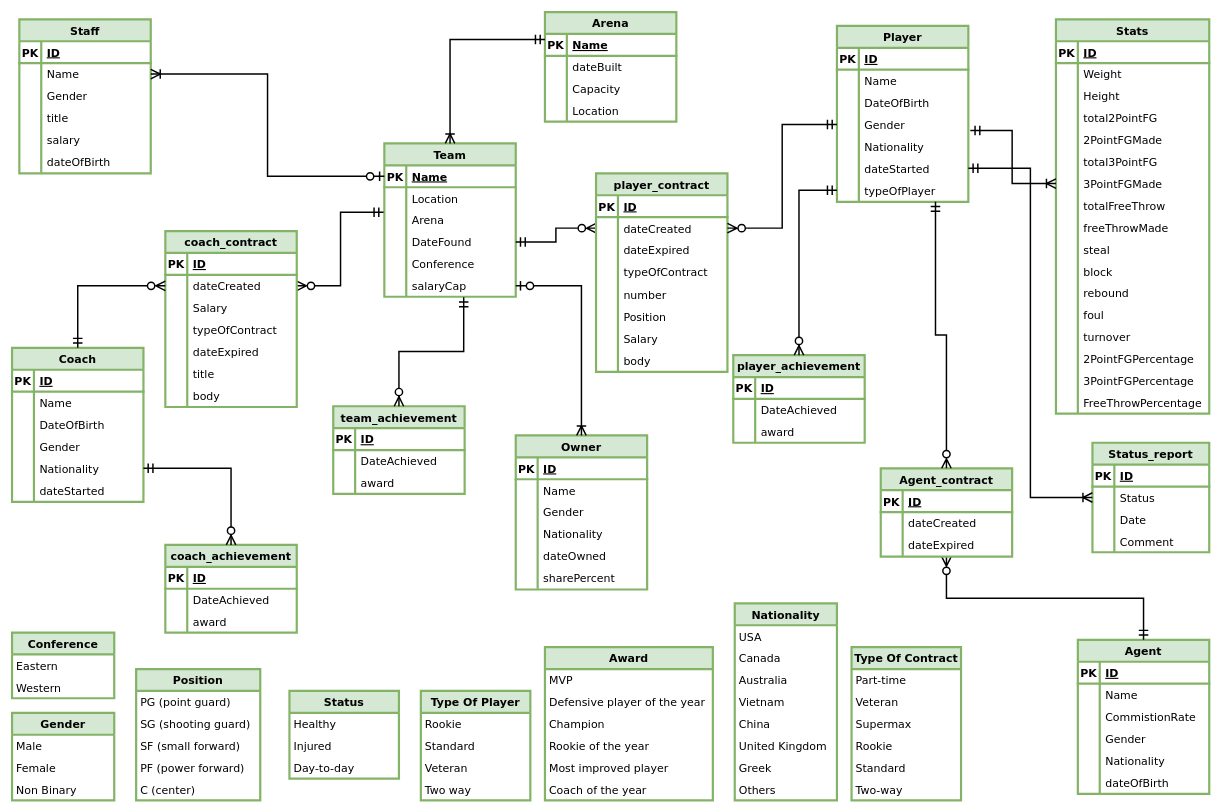
Above: Basketball Team Management.drawio in nvat96/basketballTeamManagement (draw.io), before the change. Source tidied: cells renumbered, new cells numbered last; positions are measured from the earlier drawing's top-left corner, leaving out a move shared by most shapes. Both pictures are drawn from the tidied source at 73%, with x=0, y=0 at pixel (12, 12).
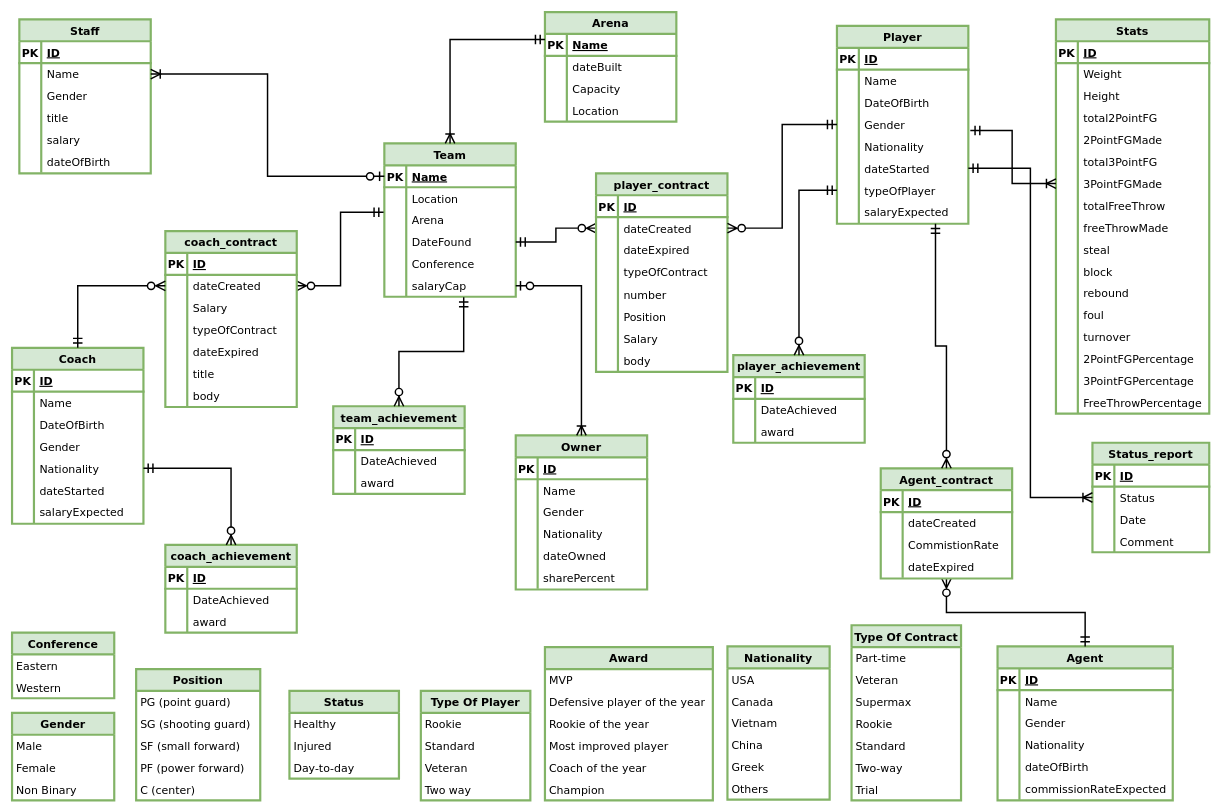
After the change.

The change refers to these unchanged cells:
```xml
<mxCell id="309" value="Award" style="swimlane;fontStyle=1;horizontal=1;startSize=30;rounded=0;shadow=0;sketch=0;fontFamily=Verdana;fontSize=15;fontColor=default;strokeColor=#82b366;strokeWidth=3;fillColor=#d5e8d4;" parent="1" vertex="1">
  <mxGeometry x="730" y="870" width="230" height="210" as="geometry" />
</mxCell>
```

The edit, as a diff of the source:
```diff
@@
     <mxCell id="21" value="Player" style="shape=table;startSize=30;childLayout=tableLayout;rowLines=0;fontStyle=1;align=center;rounded=0;shadow=0;sketch=0;fontFamily=Verdana;fontSize=15;fontColor=default;strokeColor=#82b366;strokeWidth=3;fillColor=#d5e8d4;" parent="1" vertex="1">
-      <mxGeometry x="1130" y="19" width="180" height="241" as="geometry" />
+      <mxGeometry x="1130" y="19" width="180" height="271" as="geometry" />
     </mxCell>
@@
+    <mxCell id="343" style="shape=tableRow;horizontal=0;startSize=0;swimlaneHead=0;swimlaneBody=0;fillColor=none;top=0;left=0;right=0;bottom=0;rounded=0;shadow=0;sketch=0;fontFamily=Verdana;fontSize=15;fontColor=default;strokeColor=#82b366;strokeWidth=3;" parent="21" vertex="1">
+      <mxGeometry y="240" width="180" height="30" as="geometry" />
+    </mxCell>
+    <mxCell id="344" style="shape=partialRectangle;fillColor=none;top=0;left=0;bottom=0;right=0;overflow=hidden;rounded=0;shadow=0;sketch=0;fontFamily=Verdana;fontSize=15;fontColor=default;startSize=30;strokeColor=#82b366;strokeWidth=3;" parent="343" vertex="1">
+      <mxGeometry width="30" height="30" as="geometry" />
+    </mxCell>
+    <mxCell id="345" value="salaryExpected" style="shape=partialRectangle;fillColor=none;top=0;left=0;bottom=0;right=0;align=left;spacingLeft=6;overflow=hidden;rounded=0;shadow=0;sketch=0;fontFamily=Verdana;fontSize=15;fontColor=default;startSize=30;strokeColor=#82b366;strokeWidth=3;" parent="343" vertex="1">
+      <mxGeometry x="30" width="150" height="30" as="geometry" />
+    </mxCell>
@@
     <mxCell id="55" value="Coach" style="shape=table;startSize=30;childLayout=tableLayout;rowLines=0;fontStyle=1;align=center;rounded=0;shadow=0;sketch=0;fontFamily=Verdana;fontSize=15;fontColor=default;strokeColor=#82b366;strokeWidth=3;fillColor=#d5e8d4;" parent="1" vertex="1">
-      <mxGeometry y="460" width="180" height="211" as="geometry" />
+      <mxGeometry y="460" width="180" height="241" as="geometry" />
     </mxCell>
@@
+    <mxCell id="346" style="shape=tableRow;horizontal=0;startSize=0;swimlaneHead=0;swimlaneBody=0;fillColor=none;top=0;left=0;right=0;bottom=0;rounded=0;shadow=0;sketch=0;fontFamily=Verdana;fontSize=15;fontColor=default;strokeColor=#82b366;strokeWidth=3;" parent="55" vertex="1">
+      <mxGeometry y="210" width="180" height="30" as="geometry" />
+    </mxCell>
+    <mxCell id="347" style="shape=partialRectangle;fillColor=none;top=0;left=0;bottom=0;right=0;overflow=hidden;rounded=0;shadow=0;sketch=0;fontFamily=Verdana;fontSize=15;fontColor=default;startSize=30;strokeColor=#82b366;strokeWidth=3;" parent="346" vertex="1">
+      <mxGeometry width="30" height="30" as="geometry" />
+    </mxCell>
+    <mxCell id="348" value="salaryExpected" style="shape=partialRectangle;fillColor=none;top=0;left=0;bottom=0;right=0;align=left;spacingLeft=6;overflow=hidden;rounded=0;shadow=0;sketch=0;fontFamily=Verdana;fontSize=15;fontColor=default;startSize=30;strokeColor=#82b366;strokeWidth=3;" parent="346" vertex="1">
+      <mxGeometry x="30" width="150" height="30" as="geometry" />
+    </mxCell>
@@
     <mxCell id="191" value="Agent" style="shape=table;startSize=30;childLayout=tableLayout;rowLines=0;fontStyle=1;align=center;rounded=0;shadow=0;sketch=0;fontFamily=Verdana;fontSize=15;fontColor=default;strokeColor=#82b366;strokeWidth=3;fillColor=#d5e8d4;" parent="1" vertex="1">
-      <mxGeometry x="1460" y="860" width="180" height="211" as="geometry" />
+      <mxGeometry x="1350" y="869" width="240" height="211" as="geometry" />
     </mxCell>
     <mxCell id="192" style="shape=tableRow;horizontal=0;startSize=0;swimlaneHead=0;swimlaneBody=0;fillColor=none;top=0;left=0;right=0;bottom=1;rounded=0;shadow=0;sketch=0;fontFamily=Verdana;fontSize=15;fontColor=default;strokeColor=#82b366;strokeWidth=3;" parent="191" vertex="1">
-      <mxGeometry y="30" width="180" height="30" as="geometry" />
+      <mxGeometry y="30" width="240" height="30" as="geometry" />
     </mxCell>
@@
     <mxCell id="194" value="ID" style="shape=partialRectangle;fillColor=none;top=0;left=0;bottom=0;right=0;align=left;spacingLeft=6;fontStyle=5;overflow=hidden;rounded=0;shadow=0;sketch=0;fontFamily=Verdana;fontSize=15;fontColor=default;startSize=30;strokeColor=#82b366;strokeWidth=3;" parent="192" vertex="1">
-      <mxGeometry x="30" width="150" height="30" as="geometry" />
+      <mxGeometry x="30" width="210" height="30" as="geometry" />
     </mxCell>
     <mxCell id="195" style="shape=tableRow;horizontal=0;startSize=0;swimlaneHead=0;swimlaneBody=0;fillColor=none;top=0;left=0;right=0;bottom=0;rounded=0;shadow=0;sketch=0;fontFamily=Verdana;fontSize=15;fontColor=default;strokeColor=#82b366;strokeWidth=3;" parent="191" vertex="1">
-      <mxGeometry y="60" width="180" height="30" as="geometry" />
+      <mxGeometry y="60" width="240" height="30" as="geometry" />
     </mxCell>
@@
     <mxCell id="197" value="Name   " style="shape=partialRectangle;fillColor=none;top=0;left=0;bottom=0;right=0;align=left;spacingLeft=6;overflow=hidden;rounded=0;shadow=0;sketch=0;fontFamily=Verdana;fontSize=15;fontColor=default;startSize=30;strokeColor=#82b366;strokeWidth=3;" parent="195" vertex="1">
-      <mxGeometry x="30" width="150" height="30" as="geometry" />
+      <mxGeometry x="30" width="210" height="30" as="geometry" />
     </mxCell>
-    <mxCell id="198" style="shape=tableRow;horizontal=0;startSize=0;swimlaneHead=0;swimlaneBody=0;fillColor=none;top=0;left=0;right=0;bottom=0;rounded=0;shadow=0;sketch=0;fontFamily=Verdana;fontSize=15;fontColor=default;strokeColor=#82b366;strokeWidth=3;" parent="191" vertex="1">
-      <mxGeometry y="90" width="180" height="30" as="geometry" />
-    </mxCell>
-    <mxCell id="199" style="shape=partialRectangle;fillColor=none;top=0;left=0;bottom=0;right=0;overflow=hidden;rounded=0;shadow=0;sketch=0;fontFamily=Verdana;fontSize=15;fontColor=default;startSize=30;strokeColor=#82b366;strokeWidth=3;" parent="198" vertex="1">
-      <mxGeometry width="30" height="30" as="geometry" />
-    </mxCell>
-    <mxCell id="200" value="CommistionRate" style="shape=partialRectangle;fillColor=none;top=0;left=0;bottom=0;right=0;align=left;spacingLeft=6;overflow=hidden;rounded=0;shadow=0;sketch=0;fontFamily=Verdana;fontSize=15;fontColor=default;startSize=30;strokeColor=#82b366;strokeWidth=3;" parent="198" vertex="1">
-      <mxGeometry x="30" width="150" height="30" as="geometry" />
-    </mxCell>
     <mxCell id="201" style="shape=tableRow;horizontal=0;startSize=0;swimlaneHead=0;swimlaneBody=0;fillColor=none;top=0;left=0;right=0;bottom=0;rounded=0;shadow=0;sketch=0;fontFamily=Verdana;fontSize=15;fontColor=default;strokeColor=#82b366;strokeWidth=3;" parent="191" vertex="1">
-      <mxGeometry y="120" width="180" height="30" as="geometry" />
+      <mxGeometry y="90" width="240" height="30" as="geometry" />
     </mxCell>
@@
     <mxCell id="203" value="Gender" style="shape=partialRectangle;fillColor=none;top=0;left=0;bottom=0;right=0;align=left;spacingLeft=6;overflow=hidden;rounded=0;shadow=0;sketch=0;fontFamily=Verdana;fontSize=15;fontColor=default;startSize=30;strokeColor=#82b366;strokeWidth=3;" parent="201" vertex="1">
-      <mxGeometry x="30" width="150" height="30" as="geometry" />
+      <mxGeometry x="30" width="210" height="30" as="geometry" />
     </mxCell>
     <mxCell id="204" style="shape=tableRow;horizontal=0;startSize=0;swimlaneHead=0;swimlaneBody=0;fillColor=none;top=0;left=0;right=0;bottom=0;rounded=0;shadow=0;sketch=0;fontFamily=Verdana;fontSize=15;fontColor=default;strokeColor=#82b366;strokeWidth=3;" parent="191" vertex="1">
-      <mxGeometry y="150" width="180" height="30" as="geometry" />
+      <mxGeometry y="120" width="240" height="30" as="geometry" />
     </mxCell>
@@
     <mxCell id="206" value="Nationality" style="shape=partialRectangle;fillColor=none;top=0;left=0;bottom=0;right=0;align=left;spacingLeft=6;overflow=hidden;rounded=0;shadow=0;sketch=0;fontFamily=Verdana;fontSize=15;fontColor=default;startSize=30;strokeColor=#82b366;strokeWidth=3;" parent="204" vertex="1">
-      <mxGeometry x="30" width="150" height="30" as="geometry" />
+      <mxGeometry x="30" width="210" height="30" as="geometry" />
     </mxCell>
     <mxCell id="207" style="shape=tableRow;horizontal=0;startSize=0;swimlaneHead=0;swimlaneBody=0;fillColor=none;top=0;left=0;right=0;bottom=0;rounded=0;shadow=0;sketch=0;fontFamily=Verdana;fontSize=15;fontColor=default;strokeColor=#82b366;strokeWidth=3;" parent="191" vertex="1">
-      <mxGeometry y="180" width="180" height="30" as="geometry" />
+      <mxGeometry y="150" width="240" height="30" as="geometry" />
     </mxCell>
@@
     <mxCell id="209" value="dateOfBirth" style="shape=partialRectangle;fillColor=none;top=0;left=0;bottom=0;right=0;align=left;spacingLeft=6;overflow=hidden;rounded=0;shadow=0;sketch=0;fontFamily=Verdana;fontSize=15;fontColor=default;startSize=30;strokeColor=#82b366;strokeWidth=3;" parent="207" vertex="1">
-      <mxGeometry x="30" width="150" height="30" as="geometry" />
+      <mxGeometry x="30" width="210" height="30" as="geometry" />
     </mxCell>
+    <mxCell id="349" style="shape=tableRow;horizontal=0;startSize=0;swimlaneHead=0;swimlaneBody=0;fillColor=none;top=0;left=0;right=0;bottom=0;rounded=0;shadow=0;sketch=0;fontFamily=Verdana;fontSize=15;fontColor=default;strokeColor=#82b366;strokeWidth=3;" parent="191" vertex="1">
+      <mxGeometry y="180" width="240" height="30" as="geometry" />
+    </mxCell>
+    <mxCell id="350" style="shape=partialRectangle;fillColor=none;top=0;left=0;bottom=0;right=0;overflow=hidden;rounded=0;shadow=0;sketch=0;fontFamily=Verdana;fontSize=15;fontColor=default;startSize=30;strokeColor=#82b366;strokeWidth=3;" parent="349" vertex="1">
+      <mxGeometry width="30" height="30" as="geometry" />
+    </mxCell>
+    <mxCell id="351" value="commissionRateExpected" style="shape=partialRectangle;fillColor=none;top=0;left=0;bottom=0;right=0;align=left;spacingLeft=6;overflow=hidden;rounded=0;shadow=0;sketch=0;fontFamily=Verdana;fontSize=15;fontColor=default;startSize=30;strokeColor=#82b366;strokeWidth=3;" parent="349" vertex="1">
+      <mxGeometry x="30" width="210" height="30" as="geometry" />
+    </mxCell>
@@
     <mxCell id="249" value="Agent_contract" style="shape=table;startSize=30;childLayout=tableLayout;rowLines=0;fontStyle=1;align=center;rounded=0;shadow=0;sketch=0;fontFamily=Verdana;fontSize=15;fontColor=default;strokeColor=#82b366;strokeWidth=3;fillColor=#d5e8d4;" parent="1" vertex="1">
-      <mxGeometry x="1190" y="625" width="180" height="121" as="geometry" />
+      <mxGeometry x="1190" y="625" width="180" height="151" as="geometry" />
     </mxCell>
@@
+    <mxCell id="198" style="shape=tableRow;horizontal=0;startSize=0;swimlaneHead=0;swimlaneBody=0;fillColor=none;top=0;left=0;right=0;bottom=0;rounded=0;shadow=0;sketch=0;fontFamily=Verdana;fontSize=15;fontColor=default;strokeColor=#82b366;strokeWidth=3;" parent="249" vertex="1">
+      <mxGeometry y="90" width="180" height="30" as="geometry" />
+    </mxCell>
+    <mxCell id="199" style="shape=partialRectangle;fillColor=none;top=0;left=0;bottom=0;right=0;overflow=hidden;rounded=0;shadow=0;sketch=0;fontFamily=Verdana;fontSize=15;fontColor=default;startSize=30;strokeColor=#82b366;strokeWidth=3;" parent="198" vertex="1">
+      <mxGeometry width="30" height="30" as="geometry" />
+    </mxCell>
+    <mxCell id="200" value="CommistionRate" style="shape=partialRectangle;fillColor=none;top=0;left=0;bottom=0;right=0;align=left;spacingLeft=6;overflow=hidden;rounded=0;shadow=0;sketch=0;fontFamily=Verdana;fontSize=15;fontColor=default;startSize=30;strokeColor=#82b366;strokeWidth=3;" parent="198" vertex="1">
+      <mxGeometry x="30" width="150" height="30" as="geometry" />
+    </mxCell>
     <mxCell id="256" style="shape=tableRow;horizontal=0;startSize=0;swimlaneHead=0;swimlaneBody=0;fillColor=none;top=0;left=0;right=0;bottom=0;rounded=0;shadow=0;sketch=0;fontFamily=Verdana;fontSize=15;fontColor=default;strokeColor=#82b366;strokeWidth=3;" parent="249" vertex="1">
-      <mxGeometry y="90" width="180" height="30" as="geometry" />
+      <mxGeometry y="120" width="180" height="30" as="geometry" />
     </mxCell>
@@
-    <mxCell id="312" value="Champion" style="text;strokeColor=none;fillColor=none;align=left;verticalAlign=middle;spacingLeft=4;spacingRight=4;overflow=hidden;rounded=0;shadow=0;sketch=0;fontFamily=Verdana;fontSize=15;fontColor=default;startSize=30;" parent="309" vertex="1">
-      <mxGeometry y="90" width="230" height="30" as="geometry" />
-    </mxCell>
     <mxCell id="313" value="Rookie of the year" style="text;strokeColor=none;fillColor=none;align=left;verticalAlign=middle;spacingLeft=4;spacingRight=4;overflow=hidden;rounded=0;shadow=0;sketch=0;fontFamily=Verdana;fontSize=15;fontColor=default;startSize=30;" parent="309" vertex="1">
-      <mxGeometry y="120" width="230" height="30" as="geometry" />
+      <mxGeometry y="90" width="230" height="30" as="geometry" />
     </mxCell>
     <mxCell id="314" value="Most improved player" style="text;strokeColor=none;fillColor=none;align=left;verticalAlign=middle;spacingLeft=4;spacingRight=4;overflow=hidden;rounded=0;shadow=0;sketch=0;fontFamily=Verdana;fontSize=15;fontColor=default;startSize=30;" parent="309" vertex="1">
-      <mxGeometry y="150" width="230" height="30" as="geometry" />
+      <mxGeometry y="120" width="230" height="30" as="geometry" />
     </mxCell>
     <mxCell id="315" value="Coach of the year" style="text;strokeColor=none;fillColor=none;align=left;verticalAlign=middle;spacingLeft=4;spacingRight=4;overflow=hidden;rounded=0;shadow=0;sketch=0;fontFamily=Verdana;fontSize=15;fontColor=default;startSize=30;" parent="309" vertex="1">
-      <mxGeometry y="180" width="230" height="30" as="geometry" />
+      <mxGeometry y="150" width="230" height="30" as="geometry" />
     </mxCell>
+    <mxCell id="312" value="Champion" style="text;strokeColor=none;fillColor=none;align=left;verticalAlign=middle;spacingLeft=4;spacingRight=4;overflow=hidden;rounded=0;shadow=0;sketch=0;fontFamily=Verdana;fontSize=15;fontColor=default;startSize=30;" parent="309" vertex="1">
+      <mxGeometry y="180" width="230" height="30" as="geometry" />
+    </mxCell>
@@
     <mxCell id="327" value="Nationality" style="swimlane;fontStyle=1;horizontal=1;startSize=30;rounded=0;shadow=0;sketch=0;fontFamily=Verdana;fontSize=15;fontColor=default;strokeColor=#82b366;strokeWidth=3;fillColor=#d5e8d4;" parent="1" vertex="1">
-      <mxGeometry x="990" y="810" width="140" height="270" as="geometry" />
+      <mxGeometry x="980" y="869" width="140" height="210" as="geometry" />
     </mxCell>
@@
-    <mxCell id="330" value="Australia" style="text;strokeColor=none;fillColor=none;align=left;verticalAlign=middle;spacingLeft=4;spacingRight=4;overflow=hidden;rounded=0;shadow=0;sketch=0;fontFamily=Verdana;fontSize=15;fontColor=default;startSize=30;" parent="327" vertex="1">
-      <mxGeometry y="90" width="140" height="30" as="geometry" />
-    </mxCell>
     <mxCell id="331" value="Vietnam" style="text;strokeColor=none;fillColor=none;align=left;verticalAlign=middle;spacingLeft=4;spacingRight=4;overflow=hidden;rounded=0;shadow=0;sketch=0;fontFamily=Verdana;fontSize=15;fontColor=default;startSize=30;" parent="327" vertex="1">
-      <mxGeometry y="120" width="140" height="30" as="geometry" />
+      <mxGeometry y="90" width="140" height="30" as="geometry" />
     </mxCell>
     <mxCell id="332" value="China" style="text;strokeColor=none;fillColor=none;align=left;verticalAlign=middle;spacingLeft=4;spacingRight=4;overflow=hidden;rounded=0;shadow=0;sketch=0;fontFamily=Verdana;fontSize=15;fontColor=default;startSize=30;" parent="327" vertex="1">
-      <mxGeometry y="150" width="140" height="30" as="geometry" />
+      <mxGeometry y="120" width="140" height="30" as="geometry" />
     </mxCell>
-    <mxCell id="333" value="United Kingdom" style="text;strokeColor=none;fillColor=none;align=left;verticalAlign=middle;spacingLeft=4;spacingRight=4;overflow=hidden;rounded=0;shadow=0;sketch=0;fontFamily=Verdana;fontSize=15;fontColor=default;startSize=30;" parent="327" vertex="1">
-      <mxGeometry y="180" width="140" height="30" as="geometry" />
-    </mxCell>
     <mxCell id="334" value="Greek" style="text;strokeColor=none;fillColor=none;align=left;verticalAlign=middle;spacingLeft=4;spacingRight=4;overflow=hidden;rounded=0;shadow=0;sketch=0;fontFamily=Verdana;fontSize=15;fontColor=default;startSize=30;" parent="327" vertex="1">
-      <mxGeometry y="210" width="140" height="30" as="geometry" />
+      <mxGeometry y="150" width="140" height="30" as="geometry" />
     </mxCell>
     <mxCell id="335" value="Others" style="text;strokeColor=none;fillColor=none;align=left;verticalAlign=middle;spacingLeft=4;spacingRight=4;overflow=hidden;rounded=0;shadow=0;sketch=0;fontFamily=Verdana;fontSize=15;fontColor=default;startSize=30;" parent="327" vertex="1">
-      <mxGeometry y="240" width="140" height="30" as="geometry" />
+      <mxGeometry y="180" width="140" height="30" as="geometry" />
     </mxCell>
     <mxCell id="336" value="Type Of Contract" style="swimlane;fontStyle=1;horizontal=1;startSize=30;rounded=0;shadow=0;sketch=0;fontFamily=Verdana;fontSize=15;fontColor=default;strokeColor=#82b366;strokeWidth=3;fillColor=#d5e8d4;" parent="1" vertex="1">
-      <mxGeometry x="1150" y="870" width="150" height="210" as="geometry" />
+      <mxGeometry x="1150" y="840" width="150" height="240" as="geometry" />
     </mxCell>
@@
+    <mxCell id="352" value="Trial" style="text;strokeColor=none;fillColor=none;align=left;verticalAlign=middle;spacingLeft=4;spacingRight=4;overflow=hidden;rounded=0;shadow=0;sketch=0;fontFamily=Verdana;fontSize=15;fontColor=default;startSize=30;" parent="336" vertex="1">
+      <mxGeometry y="210" width="150" height="30" as="geometry" />
+    </mxCell>
```
